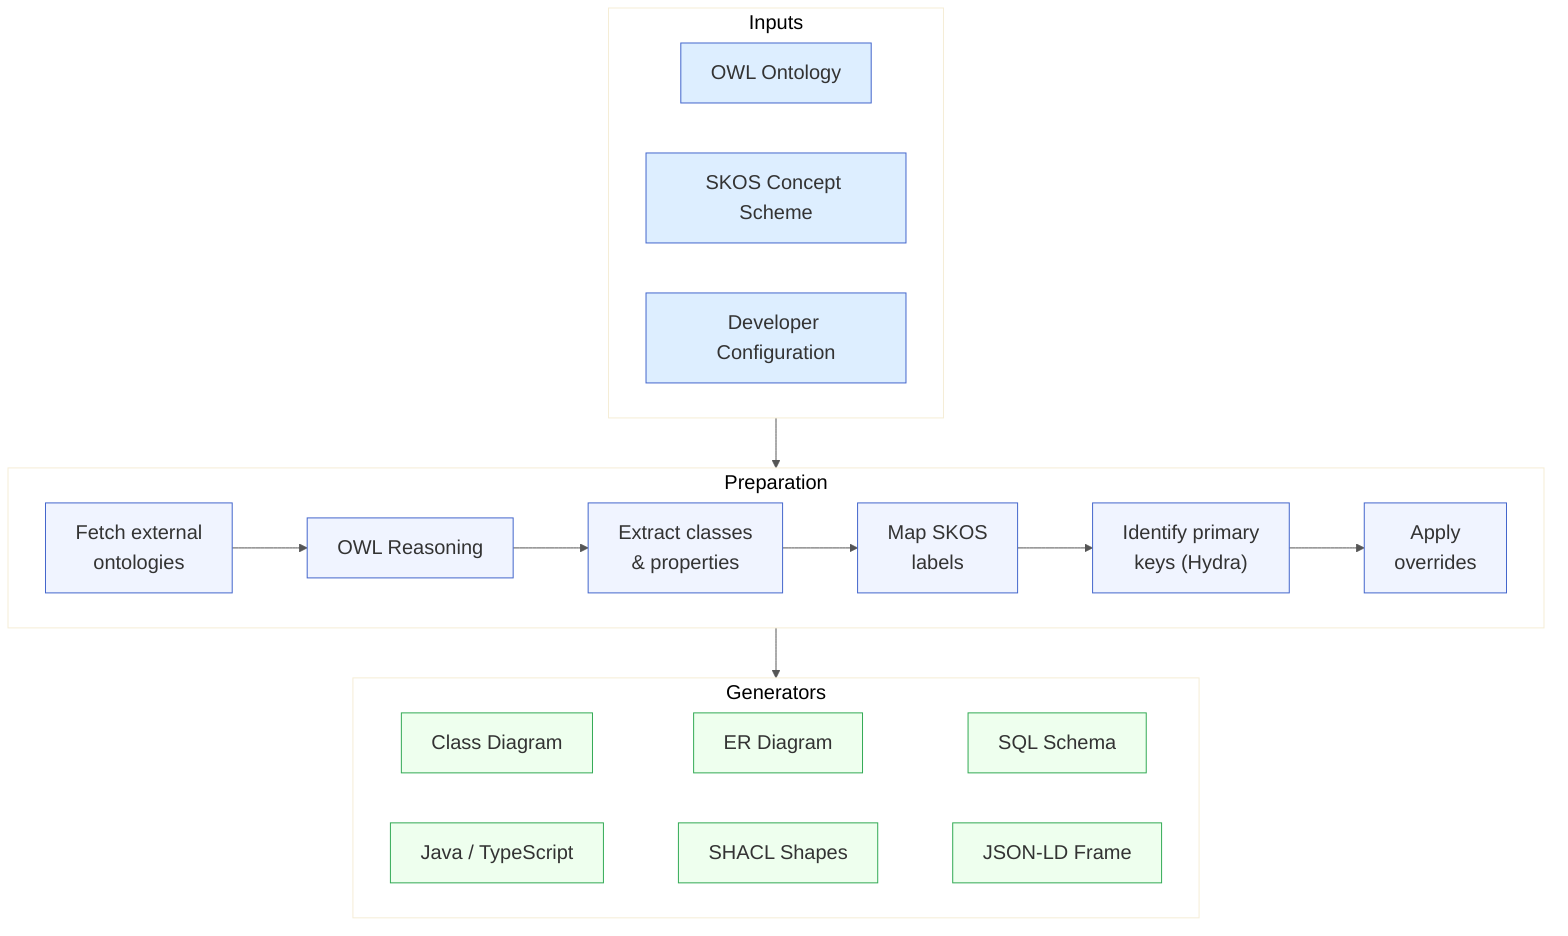
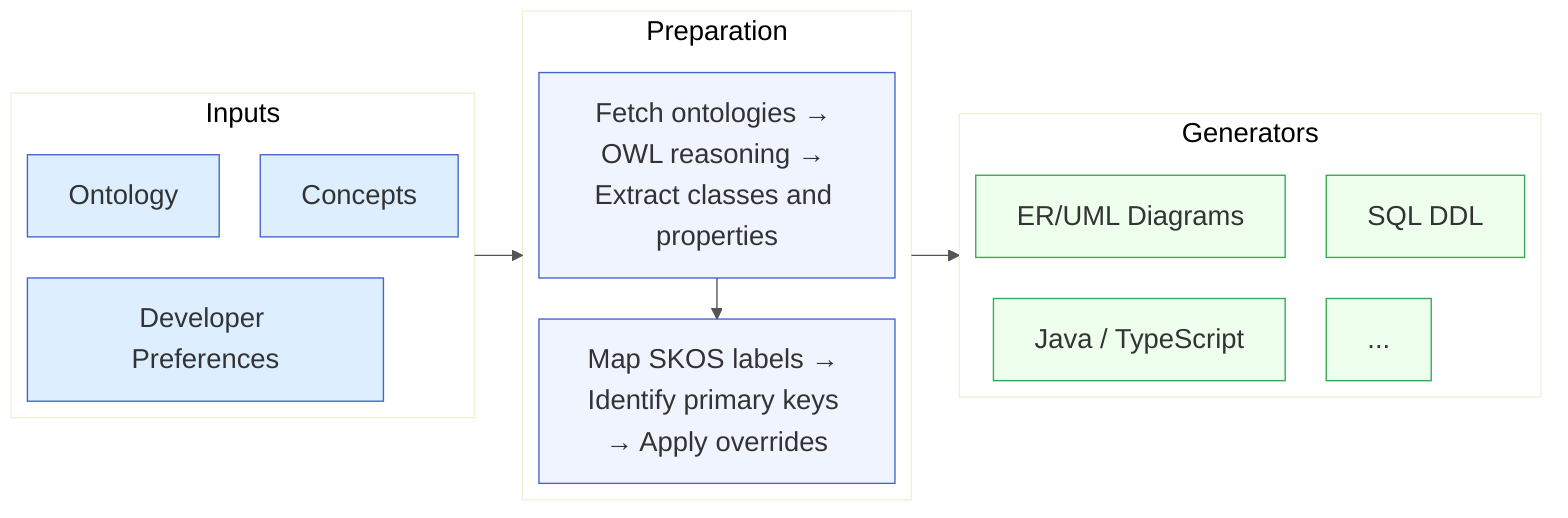
- %%{init: {"theme": "base", "themeVariables": {"fontSize": "20px", "primaryColor": "#f0f4ff", "primaryBorderColor": "#4466cc", "lineColor": "#555"}}}%%
- flowchart TB
+ %%{init: {"theme": "base", "flowchart": {"defaultRenderer": "elk"}, "themeVariables": {"fontSize": "20px", "primaryColor": "#f0f4ff", "primaryBorderColor": "#4466cc", "lineColor": "#555"}}}%%
+ flowchart LR

    subgraph inputs["Inputs"]
        direction LR
-         OWL["OWL Ontology"]
-         SKOS["SKOS Concept Scheme"]
-         CFG["Developer Configuration"]
+         OWL["Ontology"]
+         SKOS["Concepts"]
+         CFG["Developer Preferences"]
    end

    subgraph prep["Preparation"]
-         direction LR
-         EXT["Fetch external\nontologies"] --> INF["OWL Reasoning"]
-         INF --> CLS["Extract classes\n& properties"]
-         CLS --> MAP["Map SKOS\nlabels"]
-         MAP --> KEY["Identify primary\nkeys (Hydra)"]
-         KEY --> OVR["Apply\noverrides"]
+         direction TB
+         PREP1["Fetch ontologies &rarr; OWL reasoning &rarr; Extract classes and properties"]
+         PREP2["Map SKOS labels &rarr; Identify primary keys &rarr; Apply overrides"]
+         PREP1 --> PREP2
    end

    subgraph gen["Generators"]
-         direction LR
-         G1["Class Diagram"] ~~~ G2["ER Diagram"] ~~~ G3["SQL Schema"]
-         G4["Java / TypeScript"] ~~~ G5["SHACL Shapes"] ~~~ G6["JSON-LD Frame"]
+         G1["ER/UML Diagrams"] ~~~ G2["SQL DDL"]
+         G4["Java / TypeScript"] ~~~ G6["..."]
    end

    inputs --> prep
    prep --> gen

    classDef inputNode fill:#ddeeff,stroke:#4466cc
    classDef genNode fill:#eeffee,stroke:#33aa55
    class OWL,SKOS,CFG inputNode
    class G1,G2,G3,G4,G5,G6 genNode
